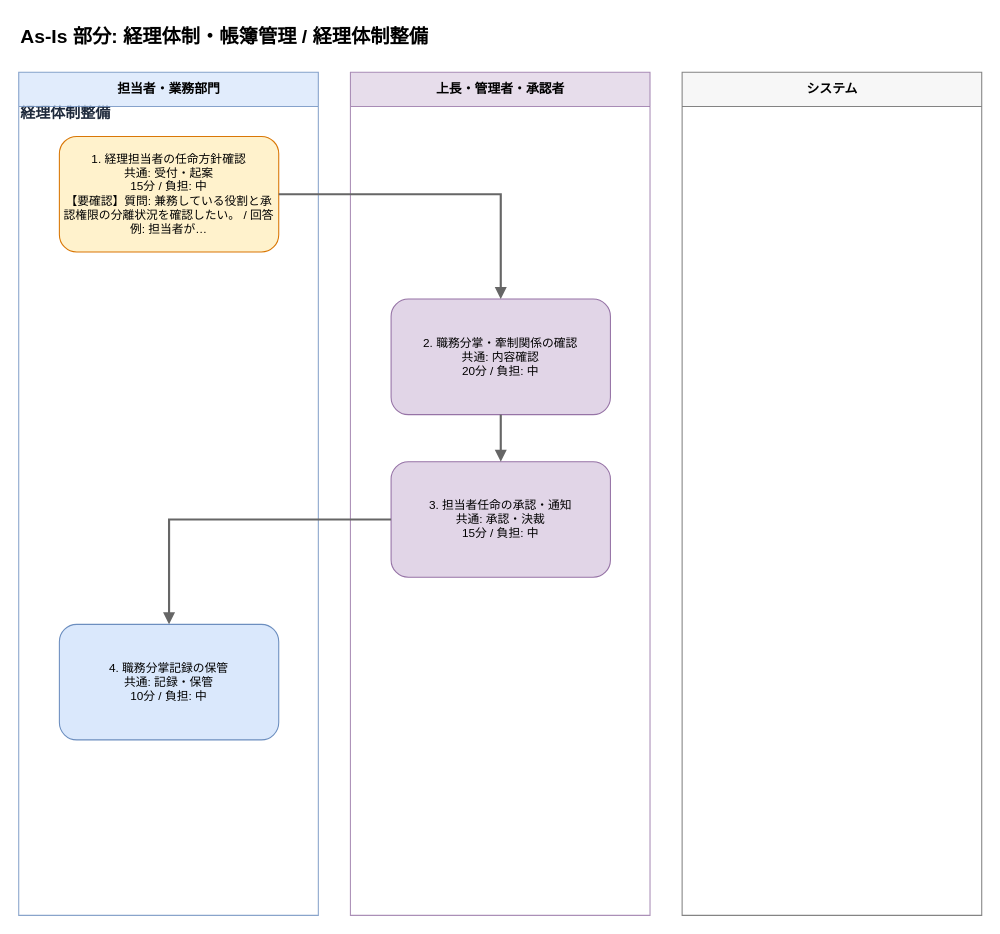
Before: output/flows/asis_経理体制_帳簿管理__経理体制整備_20260608.drawio in Toshiki811/ai-business-analysis-heatmap, a draw.io diagram. Source tidied: cells renumbered, new cells numbered last; positions are measured from the earlier drawing's top-left corner, leaving out a move shared by most shapes. Both pictures are drawn from the tidied source at 107%, with x=0, y=0 at pixel (18, 18).
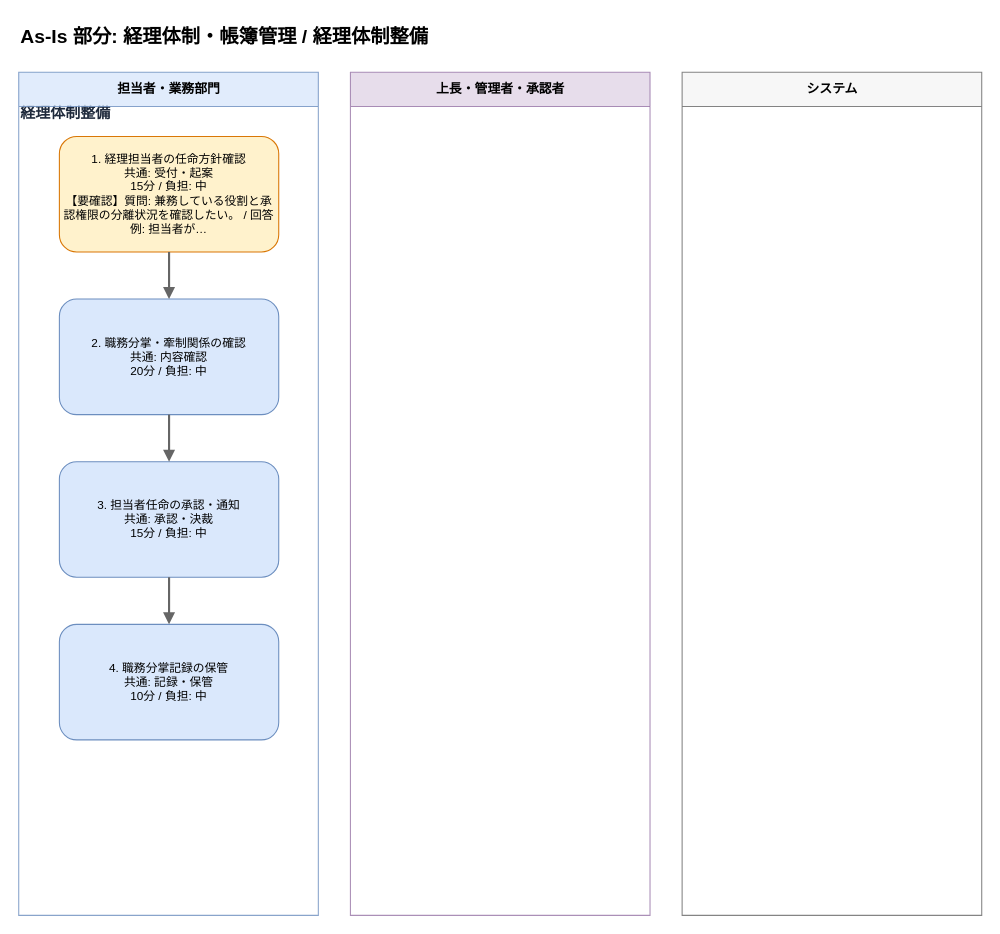
After the change.

What changed in the source:
```diff
@@
 <mxGraphModel>
   <root>
     <mxCell id="0" />
     <mxCell id="1" parent="0" />
     <mxCell id="2" value="経理体制整備" style="text;html=1;strokeColor=none;fillColor=none;align=left;verticalAlign=middle;whiteSpace=wrap;fontSize=14;fontStyle=1;fontColor=#1e293b;" parent="1" vertex="1">
       <mxGeometry y="76" width="860" height="24" as="geometry" />
     </mxCell>
     <mxCell id="3" value="As-Is 部分: 経理体制・帳簿管理 / 経理体制整備" style="text;html=1;strokeColor=none;fillColor=none;align=left;fontSize=18;fontStyle=1;" parent="1" vertex="1">
       <mxGeometry width="880" height="30" as="geometry" />
     </mxCell>
     <mxCell id="4" value="担当者・業務部門" style="swimlane;horizontal=1;startSize=32;html=1;fillColor=#dae8fc;strokeColor=#6c8ebf;fontSize=12;fontStyle=1;opacity=80;" parent="1" vertex="1">
       <mxGeometry y="50" width="280" height="788" as="geometry" />
     </mxCell>
     <mxCell id="5" value="上長・管理者・承認者" style="swimlane;horizontal=1;startSize=32;html=1;fillColor=#e1d5e7;strokeColor=#9673a6;fontSize=12;fontStyle=1;opacity=80;" parent="1" vertex="1">
       <mxGeometry x="310" y="50" width="280" height="788" as="geometry" />
     </mxCell>
     <mxCell id="6" value="システム" style="swimlane;horizontal=1;startSize=32;html=1;fillColor=#f5f5f5;strokeColor=#666666;fontSize=12;fontStyle=1;opacity=80;" parent="1" vertex="1">
       <mxGeometry x="620" y="50" width="280" height="788" as="geometry" />
     </mxCell>
     <mxCell id="7" value="1. 経理担当者の任命方針確認&#10;共通: 受付・起案&#10;15分 / 負担: 中&#10;【要確認】質問: 兼務している役割と承認権限の分離状況を確認したい。 / 回答例: 担当者が…" style="rounded=1;whiteSpace=wrap;html=1;fillColor=#fff2cc;strokeColor=#d97706;strokeWidth=1;fontSize=11;fontColor=#000000;" parent="1" vertex="1">
       <mxGeometry x="38" y="110" width="205" height="108" as="geometry" />
     </mxCell>
-    <mxCell id="8" value="2. 職務分掌・牽制関係の確認&#10;共通: 内容確認&#10;20分 / 負担: 中" style="rounded=1;whiteSpace=wrap;html=1;fillColor=#e1d5e7;strokeColor=#9673a6;strokeWidth=1;fontSize=11;fontColor=#000000;" parent="1" vertex="1">
-      <mxGeometry x="348" y="262" width="205" height="108" as="geometry" />
+    <mxCell id="8" value="2. 職務分掌・牽制関係の確認&#10;共通: 内容確認&#10;20分 / 負担: 中" style="rounded=1;whiteSpace=wrap;html=1;fillColor=#dae8fc;strokeColor=#6c8ebf;strokeWidth=1;fontSize=11;fontColor=#000000;" parent="1" vertex="1">
+      <mxGeometry x="38" y="262" width="205" height="108" as="geometry" />
     </mxCell>
-    <mxCell id="9" value="3. 担当者任命の承認・通知&#10;共通: 承認・決裁&#10;15分 / 負担: 中" style="rounded=1;whiteSpace=wrap;html=1;fillColor=#e1d5e7;strokeColor=#9673a6;strokeWidth=1;fontSize=11;fontColor=#000000;" parent="1" vertex="1">
-      <mxGeometry x="348" y="414" width="205" height="108" as="geometry" />
+    <mxCell id="9" value="3. 担当者任命の承認・通知&#10;共通: 承認・決裁&#10;15分 / 負担: 中" style="rounded=1;whiteSpace=wrap;html=1;fillColor=#dae8fc;strokeColor=#6c8ebf;strokeWidth=1;fontSize=11;fontColor=#000000;" parent="1" vertex="1">
+      <mxGeometry x="38" y="414" width="205" height="108" as="geometry" />
     </mxCell>
     <mxCell id="10" value="4. 職務分掌記録の保管&#10;共通: 記録・保管&#10;10分 / 負担: 中" style="rounded=1;whiteSpace=wrap;html=1;fillColor=#dae8fc;strokeColor=#6c8ebf;strokeWidth=1;fontSize=11;fontColor=#000000;" parent="1" vertex="1">
       <mxGeometry x="38" y="566" width="205" height="108" as="geometry" />
     </mxCell>
     <mxCell id="11" style="edgeStyle=orthogonalEdgeStyle;rounded=0;html=1;strokeColor=#666666;strokeWidth=2;endArrow=block;endFill=1;fontSize=11;fontColor=#1f2937;" parent="1" edge="1" source="7" target="8">
       <mxGeometry relative="1" as="geometry" />
     </mxCell>
     <mxCell id="12" style="edgeStyle=orthogonalEdgeStyle;rounded=0;html=1;strokeColor=#666666;strokeWidth=2;endArrow=block;endFill=1;fontSize=11;fontColor=#1f2937;" parent="1" edge="1" source="8" target="9">
       <mxGeometry relative="1" as="geometry" />
     </mxCell>
     <mxCell id="13" style="edgeStyle=orthogonalEdgeStyle;rounded=0;html=1;strokeColor=#666666;strokeWidth=2;endArrow=block;endFill=1;fontSize=11;fontColor=#1f2937;" parent="1" edge="1" source="9" target="10">
       <mxGeometry relative="1" as="geometry" />
     </mxCell>
   </root>
 </mxGraphModel>
```
